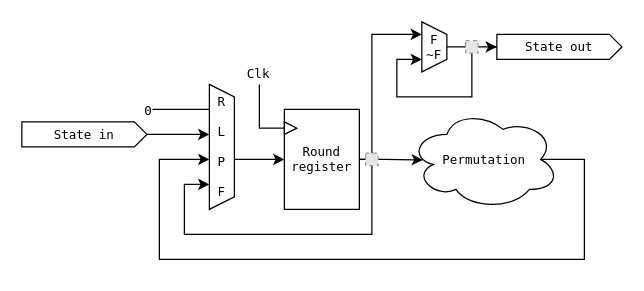
Above: docs/resources/permutation-data-path.drawio in defermelowie/HWSW_Assignments (draw.io), before the change. Source tidied: cells renumbered, new cells numbered last; positions are measured from the earlier drawing's top-left corner, leaving out a move shared by most shapes. Both pictures are drawn from the tidied source at 125%, with x=0, y=0 at pixel (21, 21). Pictures stored in the file or linked from it are replaced by grey dashed boxes.
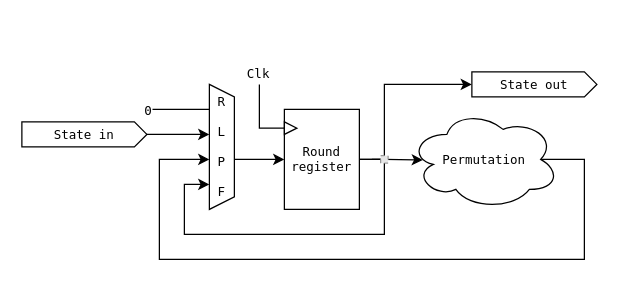
The same diagram, later.

The change refers to these unchanged cells:
```xml
<mxCell id="3" value="Round register" style="rounded=0;whiteSpace=wrap;html=1;fontFamily=Lucida Console;fontSize=10;" parent="2" vertex="1">
  <mxGeometry width="60" height="80" as="geometry" />
</mxCell>
<mxCell id="6" value="&lt;p style=&quot;line-height: 1;&quot;&gt;&lt;/p&gt;&lt;div style=&quot;line-height: 1.2;&quot;&gt;&lt;font style=&quot;font-size: 10px;&quot;&gt;R&lt;/font&gt;&lt;/div&gt;&lt;div style=&quot;line-height: 1.2;&quot;&gt;&lt;font style=&quot;font-size: 10px; line-height: 0.9;&quot;&gt;&lt;br&gt;&lt;/font&gt;&lt;/div&gt;&lt;div style=&quot;&quot;&gt;&lt;font style=&quot;font-size: 10px;&quot;&gt;L&lt;/font&gt;&lt;/div&gt;&lt;div style=&quot;&quot;&gt;&lt;font style=&quot;font-size: 10px;&quot;&gt;&lt;br&gt;&lt;/font&gt;&lt;/div&gt;&lt;div style=&quot;&quot;&gt;&lt;font style=&quot;font-size: 10px;&quot;&gt;P&lt;/font&gt;&lt;/div&gt;&lt;div style=&quot;&quot;&gt;&lt;font style=&quot;font-size: 10px; line-height: 0.8;&quot;&gt;&lt;br&gt;&lt;/font&gt;&lt;/div&gt;&lt;div style=&quot;&quot;&gt;&lt;font style=&quot;font-size: 10px;&quot;&gt;F&lt;br&gt;&lt;/font&gt;&lt;/div&gt;&lt;p style=&quot;&quot;&gt;&lt;/p&gt;" style="shape=trapezoid;perimeter=trapezoidPerimeter;whiteSpace=wrap;html=1;fixedSize=1;rounded=0;fontFamily=Lucida Console;fontSize=10;fontColor=default;strokeColor=default;fillColor=default;size=10;direction=south;" parent="1" vertex="1">
  <mxGeometry x="150" y="50" width="20" height="100" as="geometry" />
</mxCell>
```

Change to the diagram source:
```diff
@@
-    <mxCell id="10" style="edgeStyle=orthogonalEdgeStyle;rounded=0;jettySize=auto;html=1;fontFamily=Lucida Console;fontSize=10;fontColor=default;endArrow=classic;endFill=1;startArrow=none;" parent="1" edge="1" source="21" target="13">
-      <mxGeometry relative="1" as="geometry" />
-    </mxCell>
-    <mxCell id="11" value="&lt;div style=&quot;font-size: 10px;&quot;&gt;F&lt;/div&gt;&lt;div style=&quot;font-size: 10px;&quot;&gt;~F&lt;br style=&quot;font-size: 10px;&quot;&gt;&lt;/div&gt;" style="shape=trapezoid;perimeter=trapezoidPerimeter;whiteSpace=wrap;html=1;fixedSize=1;rounded=0;fontFamily=Lucida Console;fontSize=10;fontColor=default;strokeColor=default;fillColor=default;size=10;direction=south;" parent="1" vertex="1">
-      <mxGeometry x="320" width="20" height="40" as="geometry" />
-    </mxCell>
-    <mxCell id="12" style="endArrow=classic;html=1;rounded=0;fontFamily=Lucida Console;fontSize=10;fontColor=default;edgeStyle=orthogonalEdgeStyle;" parent="1" edge="1" target="11">
+    <mxCell id="12" style="endArrow=classic;html=1;rounded=0;fontFamily=Lucida Console;fontSize=10;fontColor=default;edgeStyle=orthogonalEdgeStyle;" parent="1" edge="1" target="13">
       <mxGeometry relative="1" as="geometry">
         <mxPoint x="280" y="110" as="sourcePoint" />
         <Array as="points">
-          <mxPoint x="280" y="10" />
+          <mxPoint x="290" y="110" />
+          <mxPoint x="290" y="50" />
         </Array>
       </mxGeometry>
     </mxCell>
     <mxCell id="13" value="State out" style="shape=offPageConnector;whiteSpace=wrap;html=1;rounded=0;fontFamily=Lucida Console;fontSize=10;fontColor=default;strokeColor=default;fillColor=default;direction=north;size=0.1;" parent="1" vertex="1">
-      <mxGeometry x="380" y="10" width="100" height="20" as="geometry" />
+      <mxGeometry x="360" y="40" width="100" height="20" as="geometry" />
     </mxCell>
-    <mxCell id="14" style="edgeStyle=orthogonalEdgeStyle;rounded=0;orthogonalLoop=1;jettySize=auto;html=1;fontFamily=Lucida Console;fontSize=10;fontColor=default;endArrow=classic;endFill=1;exitX=0.5;exitY=0;exitDx=0;exitDy=0;" parent="1" edge="1" source="11" target="11">
-      <mxGeometry relative="1" as="geometry">
-        <Array as="points">
-          <mxPoint x="360" y="20" />
-          <mxPoint x="360" y="60" />
-          <mxPoint x="300" y="60" />
-          <mxPoint x="300" y="30" />
-        </Array>
-      </mxGeometry>
-    </mxCell>
@@
     <mxCell id="19" style="edgeStyle=orthogonalEdgeStyle;rounded=0;jettySize=auto;html=1;fontFamily=Lucida Console;fontSize=10;fontColor=default;endArrow=classic;endFill=1;" parent="1" edge="1" source="3" target="6">
       <mxGeometry relative="1" as="geometry">
         <Array as="points">
-          <mxPoint x="280" y="110" />
-          <mxPoint x="280" y="170" />
+          <mxPoint x="290" y="110" />
+          <mxPoint x="290" y="170" />
           <mxPoint x="130" y="170" />
           <mxPoint x="130" y="130" />
         </Array>
       </mxGeometry>
     </mxCell>
     <mxCell id="20" style="fillColor=#E6E6E6;strokeColor=#999999;dashed=1;html=1;verticalAlign=top;verticalLabelPosition=bottom;labelBackgroundColor=#ffffff;fontFamily=Lucida Console;fontSize=10;fontColor=default;" parent="1" vertex="1">
-      <mxGeometry x="275" y="105" width="10" height="10" as="geometry" />
+      <mxGeometry x="287" y="107" width="6" height="6" as="geometry" />
     </mxCell>
-    <mxCell id="21" style="fillColor=#E6E6E6;strokeColor=#999999;dashed=1;html=1;verticalAlign=top;verticalLabelPosition=bottom;labelBackgroundColor=#ffffff;fontFamily=Lucida Console;fontSize=10;fontColor=default;" parent="1" vertex="1">
-      <mxGeometry x="355" y="15" width="10" height="10" as="geometry" />
-    </mxCell>
```
